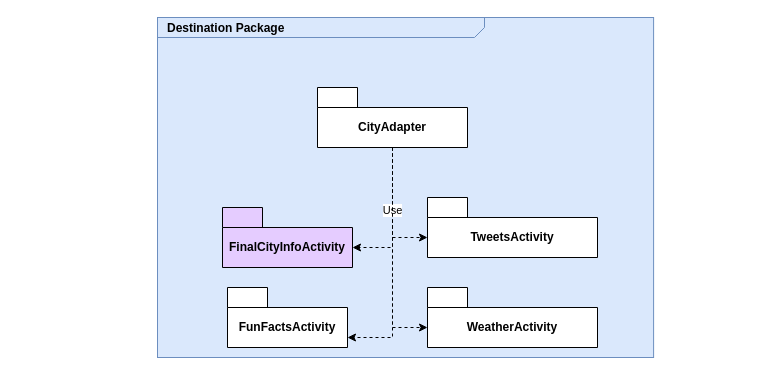
Earlier version of the draw.io diagram Destinations.drawio (MurielleMardenli200/LOG8430_TP1). Source tidied: cells renumbered, new cells numbered last; positions are measured from the earlier drawing's top-left corner, leaving out a move shared by most shapes. Both pictures are drawn from the tidied source at 100%, with x=0, y=0 at pixel (157, 17).
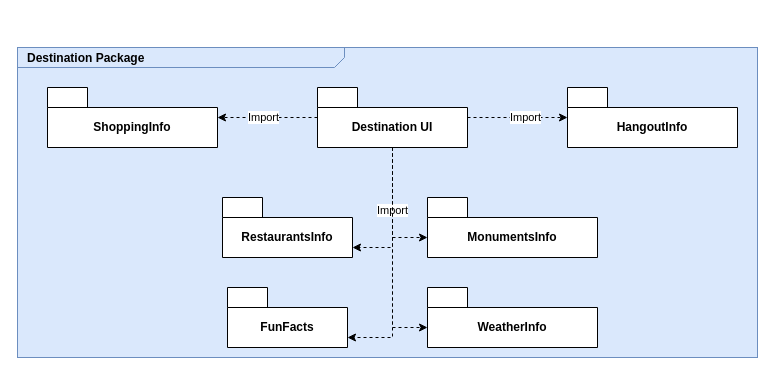
After the change.

Diff of the diagram source:
```diff
@@
     <mxCell id="2" value="&lt;p style=&quot;margin: 0px ; margin-top: 4px ; margin-left: 10px ; text-align: left&quot;&gt;&lt;b&gt;Destination Package&lt;/b&gt;&lt;/p&gt;" style="html=1;strokeWidth=1;shape=mxgraph.sysml.package;html=1;overflow=fill;whiteSpace=wrap;fillColor=#dae8fc;fontSize=12;align=center;labelX=327.64;strokeColor=#6c8ebf;" parent="1" vertex="1">
-      <mxGeometry width="496.1" height="340" as="geometry" />
+      <mxGeometry x="-140" y="30" width="740" height="310" as="geometry" />
     </mxCell>
@@
-    <mxCell id="4" value="Use" style="edgeStyle=orthogonalEdgeStyle;shape=connector;rounded=0;jettySize=auto;html=1;dashed=1;strokeColor=default;align=center;verticalAlign=middle;fontFamily=Helvetica;fontSize=11;fontColor=default;labelBackgroundColor=default;endArrow=classic;" parent="1" edge="1" source="5" target="9">
+    <mxCell id="4" value="Import" style="edgeStyle=orthogonalEdgeStyle;shape=connector;rounded=0;jettySize=auto;html=1;dashed=1;strokeColor=default;align=center;verticalAlign=middle;fontFamily=Helvetica;fontSize=11;fontColor=default;labelBackgroundColor=default;endArrow=classic;" parent="1" edge="1" source="5" target="9">
       <mxGeometry relative="1" as="geometry">
         <Array as="points">
           <mxPoint x="235" y="220" />
         </Array>
       </mxGeometry>
     </mxCell>
+    <mxCell id="12" style="edgeStyle=orthogonalEdgeStyle;rounded=0;jettySize=auto;html=1;dashed=1;" parent="1" edge="1" source="5" target="16">
+      <mxGeometry relative="1" as="geometry" />
+    </mxCell>
+    <mxCell id="13" value="Import" style="edgeLabel;html=1;align=center;verticalAlign=middle;fontFamily=Helvetica;fontSize=11;fontColor=default;labelBackgroundColor=default;" parent="12" vertex="1">
+      <mxGeometry x="0.15" y="1" relative="1" as="geometry" />
+    </mxCell>
+    <mxCell id="14" style="edgeStyle=orthogonalEdgeStyle;shape=connector;rounded=0;jettySize=auto;html=1;dashed=1;strokeColor=default;align=center;verticalAlign=middle;fontFamily=Helvetica;fontSize=11;fontColor=default;labelBackgroundColor=default;endArrow=classic;" parent="1" edge="1" source="5" target="17">
+      <mxGeometry relative="1" as="geometry" />
+    </mxCell>
+    <mxCell id="15" value="Import" style="edgeLabel;html=1;align=center;verticalAlign=middle;fontFamily=Helvetica;fontSize=11;fontColor=default;labelBackgroundColor=default;" parent="14" vertex="1">
+      <mxGeometry x="0.09" y="-1" relative="1" as="geometry" />
+    </mxCell>
-    <mxCell id="5" value="CityAdapter" style="shape=folder;fontStyle=1;tabWidth=40;tabHeight=20;tabPosition=left;html=1;boundedLbl=1;whiteSpace=wrap;" parent="1" vertex="1">
+    <mxCell id="5" value="Destination UI" style="shape=folder;fontStyle=1;tabWidth=40;tabHeight=20;tabPosition=left;html=1;boundedLbl=1;whiteSpace=wrap;" parent="1" vertex="1">
       <mxGeometry x="160" y="70" width="150" height="60" as="geometry" />
     </mxCell>
-    <mxCell id="6" value="FinalCityInfoActivity" style="shape=folder;fontStyle=1;tabWidth=40;tabHeight=20;tabPosition=left;html=1;boundedLbl=1;whiteSpace=wrap;fillColor=light-dark(#E5CCFF,var(--ge-dark-color, #121212));" parent="1" vertex="1">
-      <mxGeometry x="65" y="190" width="130" height="60" as="geometry" />
+    <mxCell id="6" value="RestaurantsInfo" style="shape=folder;fontStyle=1;tabWidth=40;tabHeight=20;tabPosition=left;html=1;boundedLbl=1;whiteSpace=wrap;" parent="1" vertex="1">
+      <mxGeometry x="65" y="180" width="130" height="60" as="geometry" />
     </mxCell>
-    <mxCell id="7" value="FunFactsActivity" style="shape=folder;fontStyle=1;tabWidth=40;tabHeight=20;tabPosition=left;html=1;boundedLbl=1;whiteSpace=wrap;" parent="1" vertex="1">
+    <mxCell id="7" value="FunFacts" style="shape=folder;fontStyle=1;tabWidth=40;tabHeight=20;tabPosition=left;html=1;boundedLbl=1;whiteSpace=wrap;" parent="1" vertex="1">
       <mxGeometry x="70" y="270" width="120" height="60" as="geometry" />
     </mxCell>
-    <mxCell id="8" value="WeatherActivity" style="shape=folder;fontStyle=1;tabWidth=40;tabHeight=20;tabPosition=left;html=1;boundedLbl=1;whiteSpace=wrap;" parent="1" vertex="1">
+    <mxCell id="8" value="WeatherInfo" style="shape=folder;fontStyle=1;tabWidth=40;tabHeight=20;tabPosition=left;html=1;boundedLbl=1;whiteSpace=wrap;" parent="1" vertex="1">
       <mxGeometry x="270" y="270" width="170" height="60" as="geometry" />
     </mxCell>
-    <mxCell id="9" value="TweetsActivity" style="shape=folder;fontStyle=1;tabWidth=40;tabHeight=20;tabPosition=left;html=1;boundedLbl=1;whiteSpace=wrap;" parent="1" vertex="1">
+    <mxCell id="9" value="MonumentsInfo" style="shape=folder;fontStyle=1;tabWidth=40;tabHeight=20;tabPosition=left;html=1;boundedLbl=1;whiteSpace=wrap;" parent="1" vertex="1">
       <mxGeometry x="270" y="180" width="170" height="60" as="geometry" />
     </mxCell>
@@
+    <mxCell id="16" value="HangoutInfo" style="shape=folder;fontStyle=1;tabWidth=40;tabHeight=20;tabPosition=left;html=1;boundedLbl=1;whiteSpace=wrap;" parent="1" vertex="1">
+      <mxGeometry x="410" y="70" width="170" height="60" as="geometry" />
+    </mxCell>
+    <mxCell id="17" value="ShoppingInfo" style="shape=folder;fontStyle=1;tabWidth=40;tabHeight=20;tabPosition=left;html=1;boundedLbl=1;whiteSpace=wrap;" parent="1" vertex="1">
+      <mxGeometry x="-110" y="70" width="170" height="60" as="geometry" />
+    </mxCell>
```
